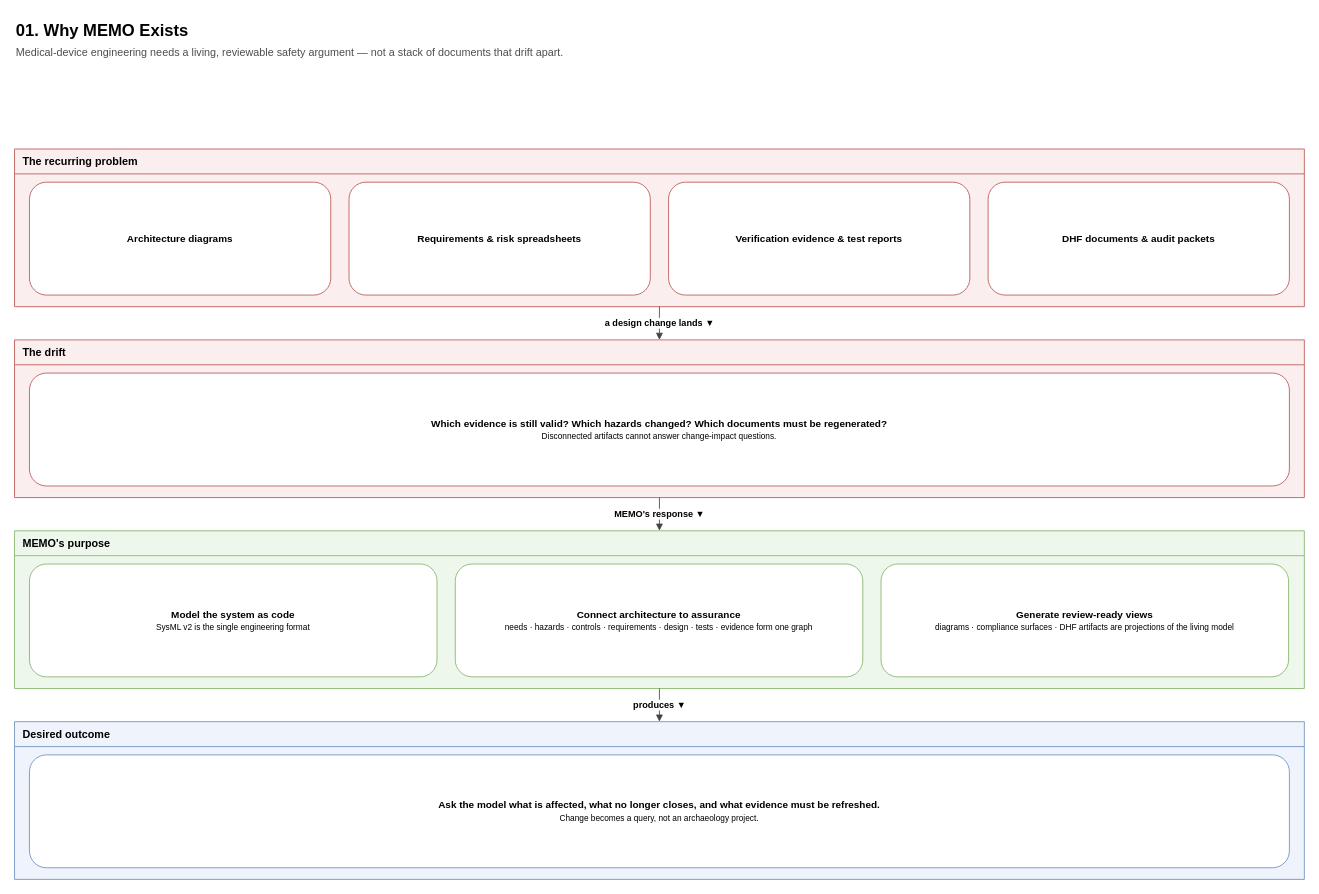
Above: page "01-why-memo" (1 of 16) of docs/src/diagrams/ontology-medical-device-hierarchy.drawio in memoarchitect/memo-architect (draw.io), before the change. Source tidied: cells renumbered, new cells numbered last; positions are measured from the earlier drawing's top-left corner, leaving out a move shared by most shapes. Both pictures are drawn from the tidied source at 83%, with x=0, y=0 at pixel (14, 14).
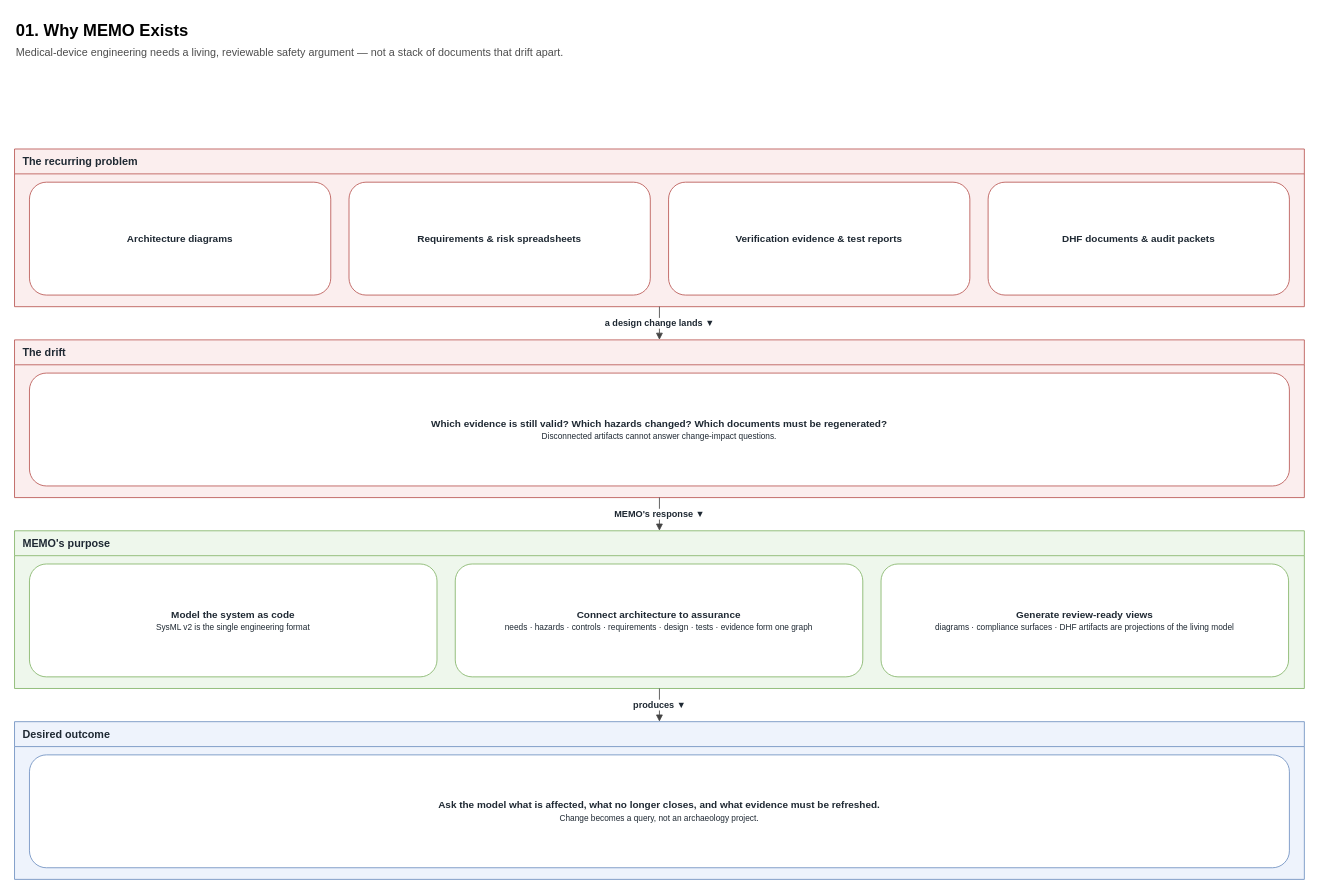
After the change.

Diff of the diagram source:
```diff
@@
 <mxGraphModel>
   <root>
     <mxCell id="0" />
     <mxCell id="1" parent="0" />
     <mxCell id="2" value="&lt;b&gt;01. Why MEMO Exists&lt;/b&gt;&lt;br/&gt;&lt;font style='font-size:13px;color:#4d4d4d'&gt;Medical-device engineering needs a living, reviewable safety argument — not a stack of documents that drift apart.&lt;/font&gt;" style="text;html=1;strokeColor=none;fillColor=none;align=left;verticalAlign=top;fontSize=20;" parent="1" vertex="1">
       <mxGeometry width="1554" height="70" as="geometry" />
     </mxCell>
-    <mxCell id="3" value="&lt;b&gt;The recurring problem&lt;/b&gt;" style="swimlane;startSize=30;html=1;fontStyle=1;align=left;fillColor=#fbeeee;strokeColor=#b85450;fontSize=13;swimlaneFillColor=#fbeeee;spacingLeft=8;" parent="1" vertex="1">
+    <mxCell id="3" value="&lt;b&gt;The recurring problem&lt;/b&gt;" style="swimlane;startSize=30;html=1;fontStyle=1;align=left;fillColor=#fbeeee;strokeColor=#b85450;fontSize=13;fontColor=#1f2933;swimlaneFillColor=#fbeeee;spacingLeft=8;" parent="1" vertex="1">
       <mxGeometry y="162" width="1554" height="190" as="geometry" />
     </mxCell>
-    <mxCell id="4" value="&lt;b&gt;Architecture diagrams&lt;/b&gt;" style="rounded=1;whiteSpace=wrap;html=1;fillColor=#ffffff;strokeColor=#b85450;fontSize=12;align=center;verticalAlign=middle;spacing=6;" parent="3" vertex="1">
+    <mxCell id="4" value="&lt;b&gt;Architecture diagrams&lt;/b&gt;" style="rounded=1;whiteSpace=wrap;html=1;fillColor=#ffffff;strokeColor=#b85450;fontSize=12;fontColor=#1f2933;align=center;verticalAlign=middle;spacing=6;" parent="3" vertex="1">
       <mxGeometry x="18" y="40" width="363" height="136" as="geometry" />
     </mxCell>
-    <mxCell id="5" value="&lt;b&gt;Requirements &amp; risk spreadsheets&lt;/b&gt;" style="rounded=1;whiteSpace=wrap;html=1;fillColor=#ffffff;strokeColor=#b85450;fontSize=12;align=center;verticalAlign=middle;spacing=6;" parent="3" vertex="1">
+    <mxCell id="5" value="&lt;b&gt;Requirements &amp; risk spreadsheets&lt;/b&gt;" style="rounded=1;whiteSpace=wrap;html=1;fillColor=#ffffff;strokeColor=#b85450;fontSize=12;fontColor=#1f2933;align=center;verticalAlign=middle;spacing=6;" parent="3" vertex="1">
       <mxGeometry x="403" y="40" width="363" height="136" as="geometry" />
     </mxCell>
-    <mxCell id="6" value="&lt;b&gt;Verification evidence &amp; test reports&lt;/b&gt;" style="rounded=1;whiteSpace=wrap;html=1;fillColor=#ffffff;strokeColor=#b85450;fontSize=12;align=center;verticalAlign=middle;spacing=6;" parent="3" vertex="1">
+    <mxCell id="6" value="&lt;b&gt;Verification evidence &amp; test reports&lt;/b&gt;" style="rounded=1;whiteSpace=wrap;html=1;fillColor=#ffffff;strokeColor=#b85450;fontSize=12;fontColor=#1f2933;align=center;verticalAlign=middle;spacing=6;" parent="3" vertex="1">
       <mxGeometry x="788" y="40" width="363" height="136" as="geometry" />
     </mxCell>
-    <mxCell id="7" value="&lt;b&gt;DHF documents &amp; audit packets&lt;/b&gt;" style="rounded=1;whiteSpace=wrap;html=1;fillColor=#ffffff;strokeColor=#b85450;fontSize=12;align=center;verticalAlign=middle;spacing=6;" parent="3" vertex="1">
+    <mxCell id="7" value="&lt;b&gt;DHF documents &amp; audit packets&lt;/b&gt;" style="rounded=1;whiteSpace=wrap;html=1;fillColor=#ffffff;strokeColor=#b85450;fontSize=12;fontColor=#1f2933;align=center;verticalAlign=middle;spacing=6;" parent="3" vertex="1">
       <mxGeometry x="1173" y="40" width="363" height="136" as="geometry" />
     </mxCell>
-    <mxCell id="8" value="&lt;b&gt;The drift&lt;/b&gt;" style="swimlane;startSize=30;html=1;fontStyle=1;align=left;fillColor=#fbeeee;strokeColor=#b85450;fontSize=13;swimlaneFillColor=#fbeeee;spacingLeft=8;" parent="1" vertex="1">
+    <mxCell id="8" value="&lt;b&gt;The drift&lt;/b&gt;" style="swimlane;startSize=30;html=1;fontStyle=1;align=left;fillColor=#fbeeee;strokeColor=#b85450;fontSize=13;fontColor=#1f2933;swimlaneFillColor=#fbeeee;spacingLeft=8;" parent="1" vertex="1">
       <mxGeometry y="392" width="1554" height="190" as="geometry" />
     </mxCell>
-    <mxCell id="9" value="&lt;b&gt;Which evidence is still valid?  Which hazards changed?  Which documents must be regenerated?&lt;/b&gt;&lt;br/&gt;&lt;font style='font-size:10px'&gt;Disconnected artifacts cannot answer change-impact questions.&lt;/font&gt;" style="rounded=1;whiteSpace=wrap;html=1;fillColor=#ffffff;strokeColor=#b85450;fontSize=12;align=center;verticalAlign=middle;spacing=6;" parent="8" vertex="1">
+    <mxCell id="9" value="&lt;b&gt;Which evidence is still valid?  Which hazards changed?  Which documents must be regenerated?&lt;/b&gt;&lt;br/&gt;&lt;font style='font-size:10px'&gt;Disconnected artifacts cannot answer change-impact questions.&lt;/font&gt;" style="rounded=1;whiteSpace=wrap;html=1;fillColor=#ffffff;strokeColor=#b85450;fontSize=12;fontColor=#1f2933;align=center;verticalAlign=middle;spacing=6;" parent="8" vertex="1">
       <mxGeometry x="18" y="40" width="1518" height="136" as="geometry" />
     </mxCell>
-    <mxCell id="10" value="&lt;b&gt;MEMO's purpose&lt;/b&gt;" style="swimlane;startSize=30;html=1;fontStyle=1;align=left;fillColor=#eef7ec;strokeColor=#82b366;fontSize=13;swimlaneFillColor=#eef7ec;spacingLeft=8;" parent="1" vertex="1">
+    <mxCell id="10" value="&lt;b&gt;MEMO's purpose&lt;/b&gt;" style="swimlane;startSize=30;html=1;fontStyle=1;align=left;fillColor=#eef7ec;strokeColor=#82b366;fontSize=13;fontColor=#1f2933;swimlaneFillColor=#eef7ec;spacingLeft=8;" parent="1" vertex="1">
       <mxGeometry y="622" width="1554" height="190" as="geometry" />
     </mxCell>
-    <mxCell id="11" value="&lt;b&gt;Model the system as code&lt;/b&gt;&lt;br/&gt;&lt;font style='font-size:10px'&gt;SysML v2 is the single engineering format&lt;/font&gt;" style="rounded=1;whiteSpace=wrap;html=1;fillColor=#ffffff;strokeColor=#82b366;fontSize=12;align=center;verticalAlign=middle;spacing=6;" parent="10" vertex="1">
+    <mxCell id="11" value="&lt;b&gt;Model the system as code&lt;/b&gt;&lt;br/&gt;&lt;font style='font-size:10px'&gt;SysML v2 is the single engineering format&lt;/font&gt;" style="rounded=1;whiteSpace=wrap;html=1;fillColor=#ffffff;strokeColor=#82b366;fontSize=12;fontColor=#1f2933;align=center;verticalAlign=middle;spacing=6;" parent="10" vertex="1">
       <mxGeometry x="18" y="40" width="491" height="136" as="geometry" />
     </mxCell>
-    <mxCell id="12" value="&lt;b&gt;Connect architecture to assurance&lt;/b&gt;&lt;br/&gt;&lt;font style='font-size:10px'&gt;needs · hazards · controls · requirements · design · tests · evidence form one graph&lt;/font&gt;" style="rounded=1;whiteSpace=wrap;html=1;fillColor=#ffffff;strokeColor=#82b366;fontSize=12;align=center;verticalAlign=middle;spacing=6;" parent="10" vertex="1">
+    <mxCell id="12" value="&lt;b&gt;Connect architecture to assurance&lt;/b&gt;&lt;br/&gt;&lt;font style='font-size:10px'&gt;needs · hazards · controls · requirements · design · tests · evidence form one graph&lt;/font&gt;" style="rounded=1;whiteSpace=wrap;html=1;fillColor=#ffffff;strokeColor=#82b366;fontSize=12;fontColor=#1f2933;align=center;verticalAlign=middle;spacing=6;" parent="10" vertex="1">
       <mxGeometry x="531" y="40" width="491" height="136" as="geometry" />
     </mxCell>
-    <mxCell id="13" value="&lt;b&gt;Generate review-ready views&lt;/b&gt;&lt;br/&gt;&lt;font style='font-size:10px'&gt;diagrams · compliance surfaces · DHF artifacts are projections of the living model&lt;/font&gt;" style="rounded=1;whiteSpace=wrap;html=1;fillColor=#ffffff;strokeColor=#82b366;fontSize=12;align=center;verticalAlign=middle;spacing=6;" parent="10" vertex="1">
+    <mxCell id="13" value="&lt;b&gt;Generate review-ready views&lt;/b&gt;&lt;br/&gt;&lt;font style='font-size:10px'&gt;diagrams · compliance surfaces · DHF artifacts are projections of the living model&lt;/font&gt;" style="rounded=1;whiteSpace=wrap;html=1;fillColor=#ffffff;strokeColor=#82b366;fontSize=12;fontColor=#1f2933;align=center;verticalAlign=middle;spacing=6;" parent="10" vertex="1">
       <mxGeometry x="1044" y="40" width="491" height="136" as="geometry" />
     </mxCell>
-    <mxCell id="14" value="&lt;b&gt;Desired outcome&lt;/b&gt;" style="swimlane;startSize=30;html=1;fontStyle=1;align=left;fillColor=#eef3fc;strokeColor=#6c8ebf;fontSize=13;swimlaneFillColor=#eef3fc;spacingLeft=8;" parent="1" vertex="1">
+    <mxCell id="14" value="&lt;b&gt;Desired outcome&lt;/b&gt;" style="swimlane;startSize=30;html=1;fontStyle=1;align=left;fillColor=#eef3fc;strokeColor=#6c8ebf;fontSize=13;fontColor=#1f2933;swimlaneFillColor=#eef3fc;spacingLeft=8;" parent="1" vertex="1">
       <mxGeometry y="852" width="1554" height="190" as="geometry" />
     </mxCell>
-    <mxCell id="15" value="&lt;b&gt;Ask the model what is affected, what no longer closes, and what evidence must be refreshed.&lt;/b&gt;&lt;br/&gt;&lt;font style='font-size:10px'&gt;Change becomes a query, not an archaeology project.&lt;/font&gt;" style="rounded=1;whiteSpace=wrap;html=1;fillColor=#ffffff;strokeColor=#6c8ebf;fontSize=12;align=center;verticalAlign=middle;spacing=6;" parent="14" vertex="1">
+    <mxCell id="15" value="&lt;b&gt;Ask the model what is affected, what no longer closes, and what evidence must be refreshed.&lt;/b&gt;&lt;br/&gt;&lt;font style='font-size:10px'&gt;Change becomes a query, not an archaeology project.&lt;/font&gt;" style="rounded=1;whiteSpace=wrap;html=1;fillColor=#ffffff;strokeColor=#6c8ebf;fontSize=12;fontColor=#1f2933;align=center;verticalAlign=middle;spacing=6;" parent="14" vertex="1">
       <mxGeometry x="18" y="40" width="1518" height="136" as="geometry" />
     </mxCell>
-    <mxCell id="16" value="a design change lands  ▼" style="endArrow=block;endFill=1;html=1;edgeStyle=orthogonalEdgeStyle;rounded=1;exitX=0.5;exitY=1;entryX=0.5;entryY=0;strokeColor=#444444;fontSize=11;fontStyle=1;labelBackgroundColor=#ffffff;" parent="1" edge="1" source="3" target="8">
+    <mxCell id="16" value="a design change lands  ▼" style="endArrow=block;endFill=1;html=1;edgeStyle=orthogonalEdgeStyle;rounded=1;exitX=0.5;exitY=1;entryX=0.5;entryY=0;strokeColor=#444444;fontSize=11;fontStyle=1;fontColor=#1f2933;labelBackgroundColor=#ffffff;" parent="1" edge="1" source="3" target="8">
       <mxGeometry relative="1" as="geometry" />
     </mxCell>
-    <mxCell id="17" value="MEMO's response  ▼" style="endArrow=block;endFill=1;html=1;edgeStyle=orthogonalEdgeStyle;rounded=1;exitX=0.5;exitY=1;entryX=0.5;entryY=0;strokeColor=#444444;fontSize=11;fontStyle=1;labelBackgroundColor=#ffffff;" parent="1" edge="1" source="8" target="10">
+    <mxCell id="17" value="MEMO's response  ▼" style="endArrow=block;endFill=1;html=1;edgeStyle=orthogonalEdgeStyle;rounded=1;exitX=0.5;exitY=1;entryX=0.5;entryY=0;strokeColor=#444444;fontSize=11;fontStyle=1;fontColor=#1f2933;labelBackgroundColor=#ffffff;" parent="1" edge="1" source="8" target="10">
       <mxGeometry relative="1" as="geometry" />
     </mxCell>
-    <mxCell id="18" value="produces  ▼" style="endArrow=block;endFill=1;html=1;edgeStyle=orthogonalEdgeStyle;rounded=1;exitX=0.5;exitY=1;entryX=0.5;entryY=0;strokeColor=#444444;fontSize=11;fontStyle=1;labelBackgroundColor=#ffffff;" parent="1" edge="1" source="10" target="14">
+    <mxCell id="18" value="produces  ▼" style="endArrow=block;endFill=1;html=1;edgeStyle=orthogonalEdgeStyle;rounded=1;exitX=0.5;exitY=1;entryX=0.5;entryY=0;strokeColor=#444444;fontSize=11;fontStyle=1;fontColor=#1f2933;labelBackgroundColor=#ffffff;" parent="1" edge="1" source="10" target="14">
       <mxGeometry relative="1" as="geometry" />
     </mxCell>
   </root>
 </mxGraphModel>
```
